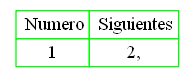
Before: siguientes1.png, a diagram exported from Graphviz (sergio201801442/OLC1_Practica1_201801442). Its source is kept beside it as siguientes1.dot. Source of this version:
```dot
digraph H {
tbl [
shape=plaintext
label=<
<table border='0' cellborder='1' color='green' cellspacing='0'>
<tr><td> Numero</td><td> Siguientes</td></tr><tr><td>1</td><td>2,</td></tr>
</table>
>];
}
```
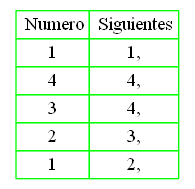
The same file after the commit.

Change to the diagram source:
```diff
@@ -3,7 +3,11 @@
 shape=plaintext
 label=<
 <table border='0' cellborder='1' color='green' cellspacing='0'>
-<tr><td> Numero</td><td> Siguientes</td></tr><tr><td>1</td><td>2,</td></tr>
+<tr><td> Numero</td><td> Siguientes</td></tr><tr><td>1</td><td>1,</td></tr>
+<tr><td>4</td><td>4,</td></tr>
+<tr><td>3</td><td>4,</td></tr>
+<tr><td>2</td><td>3,</td></tr>
+<tr><td>1</td><td>2,</td></tr>
 </table>
 >];
 }
```
